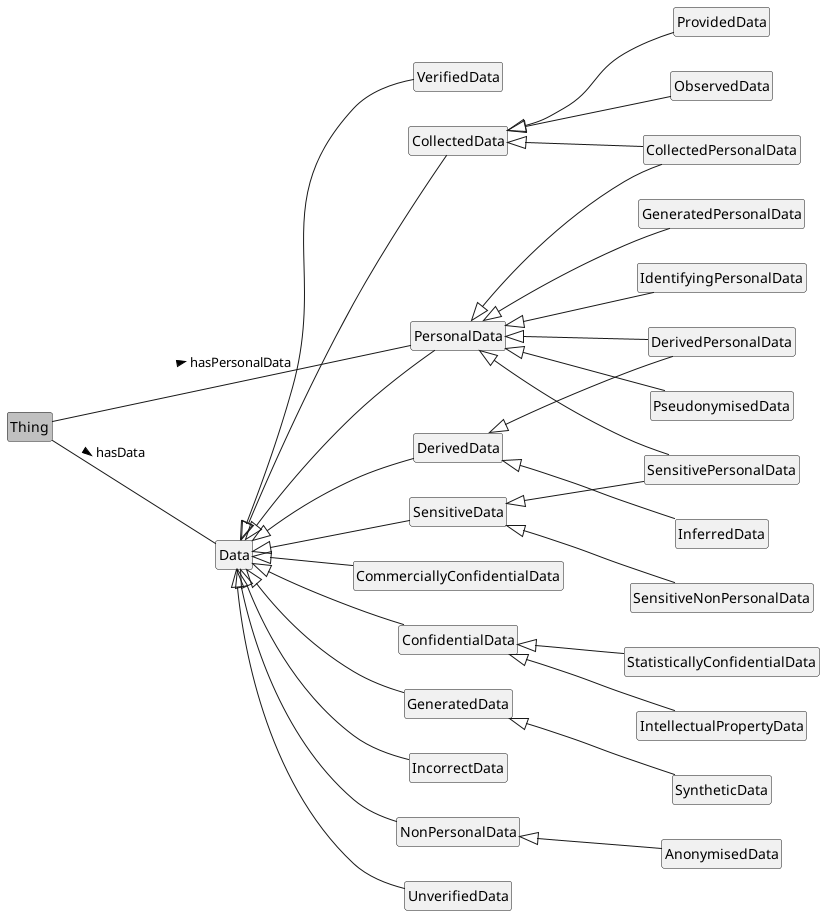
Before: media/PersonalData.png, a diagram exported from PlantUML (jeswr/dpv).
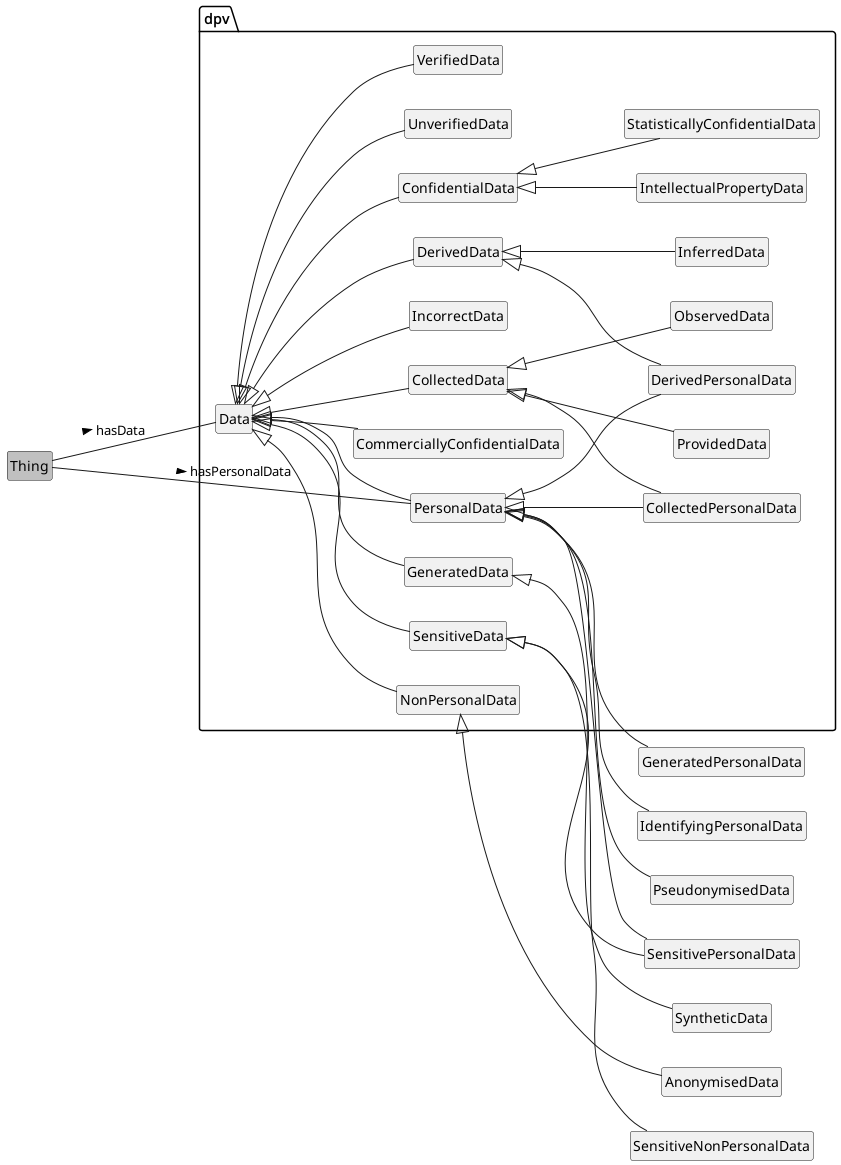
After the change.

Change to the diagram source:
```diff
@@ -3,26 +3,27 @@
 left to right direction
 
 class Thing #silver
-class Data
-class PersonalData
-class CollectedData
-class CollectedPersonalData
-class ProvidedData
-class CommerciallyConfidentialData
-class ConfidentialData
-class DerivedData
-class DerivedPersonalData
-class GeneratedData
-class IncorrectData
-class InferredData
-class IntellectualPropertyData
-class NonPersonalData
-class ObservedData
-class SensitiveData
-class StatisticallyConfidentialData
-class UnverifiedData
-class VerifiedData
-
+package dpv {
+	class Data
+	class PersonalData
+	class CollectedData
+	class CollectedPersonalData
+	class ProvidedData
+	class CommerciallyConfidentialData
+	class ConfidentialData
+	class DerivedData
+	class DerivedPersonalData
+	class GeneratedData
+	class IncorrectData
+	class InferredData
+	class IntellectualPropertyData
+	class NonPersonalData
+	class ObservedData
+	class SensitiveData
+	class StatisticallyConfidentialData
+	class UnverifiedData
+	class VerifiedData
+}
 Thing -- PersonalData : hasPersonalData >
 Thing -- Data : hasData >
 Data <|-- CollectedData
```
